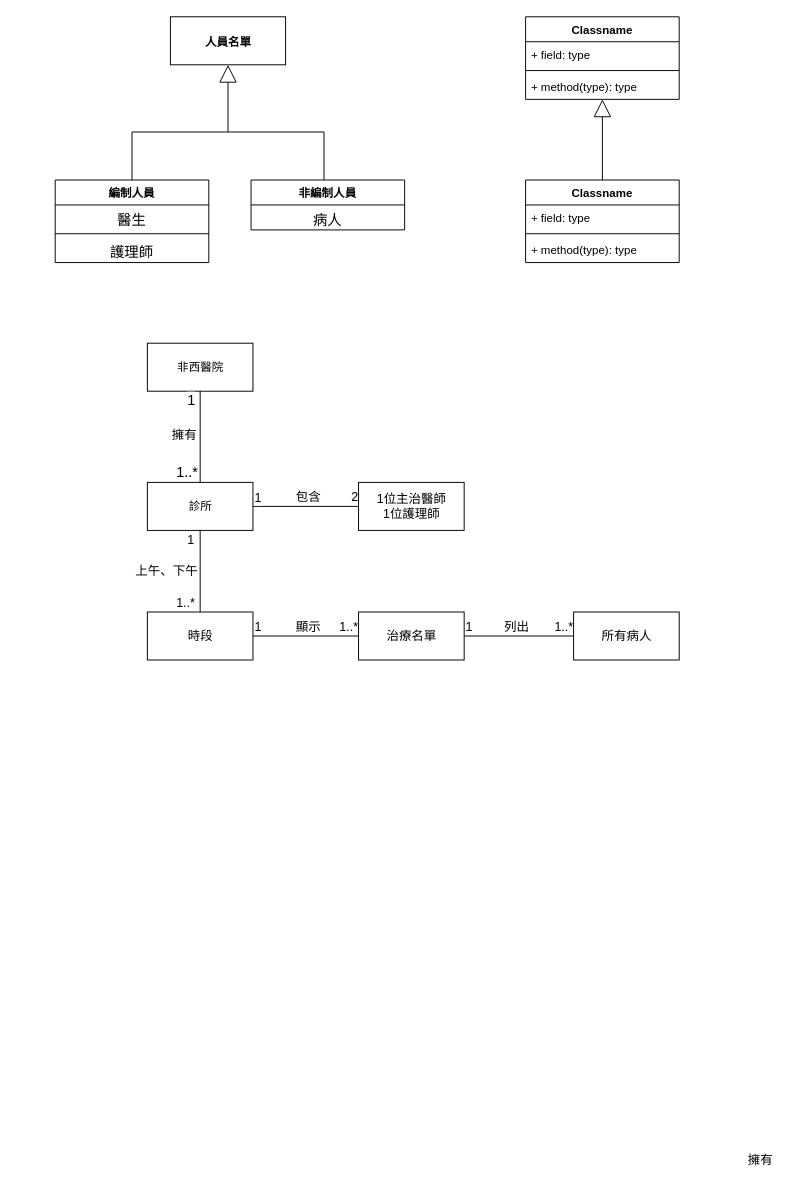
Above: Clinic.drawio in 109111114/110-2HW2 (draw.io), before the change. Source tidied: cells renumbered, new cells numbered last; positions are measured from the earlier drawing's top-left corner, leaving out a move shared by most shapes. Both pictures are drawn from the tidied source at 96%, with x=0, y=0 at pixel (55, 16).
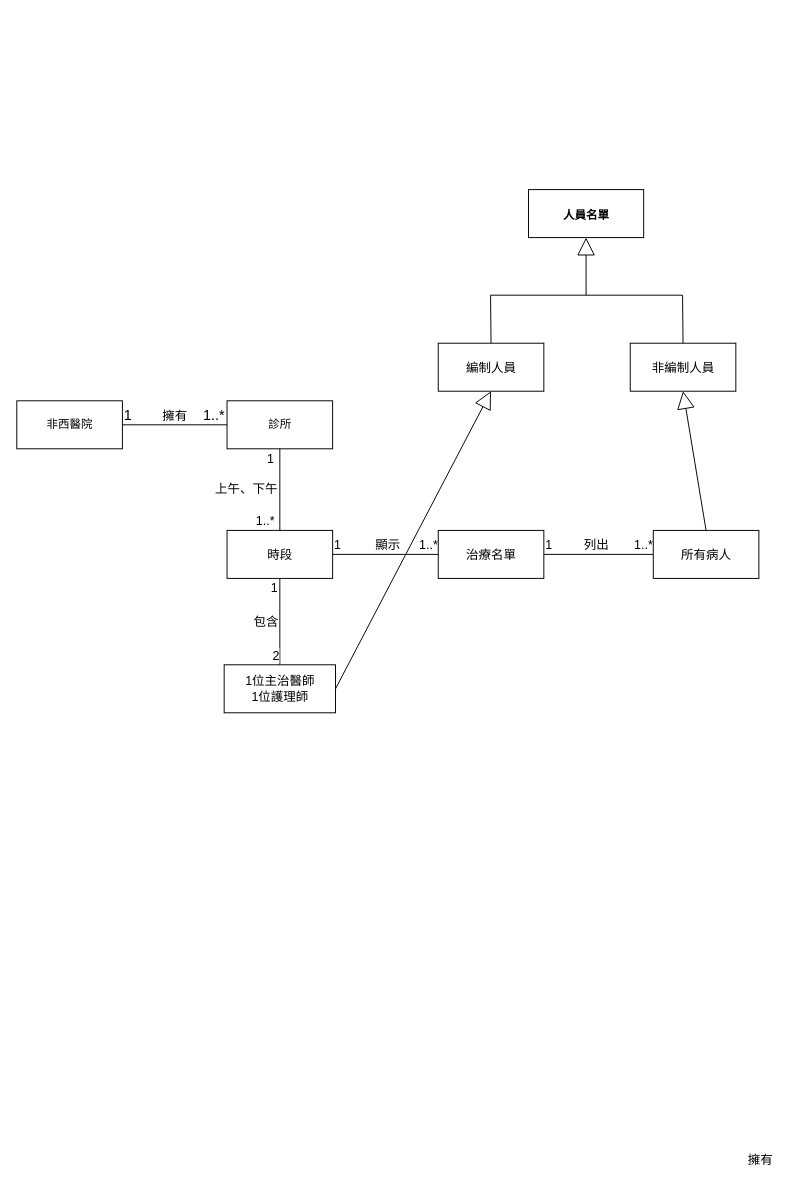
After the change.

Commit message:
第一次修改

Diff of the diagram source:
```diff
@@
-    <mxCell id="2" value="Classname" style="swimlane;fontStyle=1;align=center;verticalAlign=top;horizontal=1;startSize=26;" parent="1" vertex="1">
-      <mxGeometry x="490" width="160" height="86" as="geometry" />
-    </mxCell>
-    <mxCell id="3" value="+ field: type" style="text;strokeColor=none;fillColor=none;align=left;verticalAlign=top;spacingLeft=4;spacingRight=4;overflow=hidden;" parent="2" vertex="1">
-      <mxGeometry y="26" width="160" height="26" as="geometry" />
-    </mxCell>
-    <mxCell id="4" style="line;strokeWidth=1;fillColor=none;align=left;verticalAlign=middle;spacingTop=-1;spacingLeft=3;spacingRight=3;labelPosition=right;" parent="2" vertex="1">
-      <mxGeometry y="52" width="160" height="8" as="geometry" />
-    </mxCell>
-    <mxCell id="5" value="+ method(type): type" style="text;strokeColor=none;fillColor=none;align=left;verticalAlign=top;spacingLeft=4;spacingRight=4;overflow=hidden;points=[[0,0.5],[1,0.5]];portConstraint=eastwest;" parent="2" vertex="1">
-      <mxGeometry y="60" width="160" height="26" as="geometry" />
-    </mxCell>
-    <mxCell id="6" value="Classname" style="swimlane;fontStyle=1;align=center;verticalAlign=top;horizontal=1;startSize=26;" parent="1" vertex="1">
-      <mxGeometry x="490" y="170" width="160" height="86" as="geometry" />
-    </mxCell>
-    <mxCell id="7" value="+ field: type" style="text;strokeColor=none;fillColor=none;align=left;verticalAlign=top;spacingLeft=4;spacingRight=4;overflow=hidden;" parent="6" vertex="1">
-      <mxGeometry y="26" width="160" height="26" as="geometry" />
-    </mxCell>
-    <mxCell id="8" style="line;strokeWidth=1;fillColor=none;align=left;verticalAlign=middle;spacingTop=-1;spacingLeft=3;spacingRight=3;labelPosition=right;" parent="6" vertex="1">
-      <mxGeometry y="52" width="160" height="8" as="geometry" />
-    </mxCell>
-    <mxCell id="9" value="+ method(type): type" style="text;strokeColor=none;fillColor=none;align=left;verticalAlign=top;spacingLeft=4;spacingRight=4;overflow=hidden;" parent="6" vertex="1">
-      <mxGeometry y="60" width="160" height="26" as="geometry" />
-    </mxCell>
-    <mxCell id="10" style="endArrow=block;endSize=16;endFill=0;html=1;rounded=0;exitX=0.5;exitY=0;exitDx=0;exitDy=0;" parent="1" edge="1" source="6" target="5">
-      <mxGeometry relative="1" as="geometry" />
-    </mxCell>
-    <mxCell id="11" value="編制人員" style="swimlane;fontStyle=1;align=center;verticalAlign=top;horizontal=1;startSize=26;" parent="1" vertex="1">
-      <mxGeometry y="170" width="160" height="86" as="geometry" />
-    </mxCell>
-    <mxCell id="12" value="醫生" style="text;strokeColor=none;fillColor=none;align=center;verticalAlign=top;spacingLeft=4;spacingRight=4;overflow=hidden;fontSize=15;" parent="11" vertex="1">
-      <mxGeometry y="26" width="160" height="26" as="geometry" />
-    </mxCell>
-    <mxCell id="13" style="line;strokeWidth=1;fillColor=none;align=left;verticalAlign=middle;spacingTop=-1;spacingLeft=3;spacingRight=3;labelPosition=right;" parent="11" vertex="1">
-      <mxGeometry y="52" width="160" height="8" as="geometry" />
-    </mxCell>
-    <mxCell id="14" value="護理師" style="text;strokeColor=none;fillColor=none;align=center;verticalAlign=top;spacingLeft=4;spacingRight=4;overflow=hidden;fontSize=15;" parent="11" vertex="1">
-      <mxGeometry y="60" width="160" height="26" as="geometry" />
-    </mxCell>
     <mxCell id="15" style="endArrow=none;html=1;rounded=0;exitX=0.5;exitY=0;exitDx=0;exitDy=0;" parent="1" edge="1" source="11">
       <mxGeometry relative="1" as="geometry">
-        <mxPoint x="80" y="120" as="targetPoint" />
+        <mxPoint x="453.5" y="290" as="targetPoint" />
       </mxGeometry>
     </mxCell>
     <mxCell id="16" style="endArrow=block;endSize=16;endFill=0;html=1;rounded=0;entryX=0.5;entryY=1;entryDx=0;entryDy=0;" parent="1" edge="1" target="22">
       <mxGeometry relative="1" as="geometry">
-        <mxPoint x="180" y="120" as="sourcePoint" />
+        <mxPoint x="553" y="290" as="sourcePoint" />
       </mxGeometry>
     </mxCell>
     <mxCell id="17" style="endArrow=none;html=1;rounded=0;" parent="1" edge="1">
       <mxGeometry relative="1" as="geometry">
-        <mxPoint x="80" y="120" as="sourcePoint" />
-        <mxPoint x="280" y="120" as="targetPoint" />
+        <mxPoint x="453.5" y="290" as="sourcePoint" />
+        <mxPoint x="653.5" y="290" as="targetPoint" />
       </mxGeometry>
     </mxCell>
     <mxCell id="18" value="非西醫院" style="html=1;" parent="1" vertex="1">
-      <mxGeometry x="96" y="340" width="110" height="50" as="geometry" />
+      <mxGeometry x="-40" y="400" width="110" height="50" as="geometry" />
     </mxCell>
-    <mxCell id="19" style="endArrow=none;html=1;rounded=0;exitX=0.5;exitY=0;exitDx=0;exitDy=0;" parent="1" edge="1">
+    <mxCell id="19" style="endArrow=none;html=1;rounded=0;exitX=0.5;exitY=0;exitDx=0;exitDy=0;" parent="1" edge="1" source="20">
       <mxGeometry relative="1" as="geometry">
-        <mxPoint x="280" y="170" as="sourcePoint" />
-        <mxPoint x="280" y="120" as="targetPoint" />
+        <mxPoint x="653.5" y="290" as="targetPoint" />
       </mxGeometry>
     </mxCell>
-    <mxCell id="20" value="非編制人員" style="swimlane;fontStyle=1;horizontal=1;startSize=26;fillColor=none;rounded=0;fontSize=12;" parent="1" vertex="1">
-      <mxGeometry x="204" y="170" width="160" height="52" as="geometry" />
-    </mxCell>
-    <mxCell id="21" value="病人" style="text;strokeColor=none;fillColor=none;align=center;verticalAlign=top;spacingLeft=4;spacingRight=4;overflow=hidden;rounded=0;fontSize=15;" parent="20" vertex="1">
-      <mxGeometry y="26" width="160" height="26" as="geometry" />
-    </mxCell>
     <mxCell id="22" value="&lt;span style=&quot;font-size: 12px ; font-weight: 700&quot;&gt;人員名單&lt;/span&gt;" style="html=1;rounded=0;fontSize=15;" parent="1" vertex="1">
-      <mxGeometry x="120" width="120" height="50" as="geometry" />
+      <mxGeometry x="493" y="180" width="120" height="50" as="geometry" />
     </mxCell>
-    <mxCell id="23" style="endArrow=none;html=1;edgeStyle=orthogonalEdgeStyle;rounded=0;fontSize=15;exitX=0.5;exitY=1;exitDx=0;exitDy=0;entryX=0.5;entryY=0;entryDx=0;entryDy=0;" parent="1" edge="1" source="18" target="26">
+    <mxCell id="23" style="endArrow=none;html=1;edgeStyle=orthogonalEdgeStyle;rounded=0;fontSize=15;entryX=0;entryY=0.5;entryDx=0;entryDy=0;exitX=1;exitY=0.5;exitDx=0;exitDy=0;" parent="1" edge="1" source="18" target="26">
       <mxGeometry relative="1" as="geometry" />
     </mxCell>
     <mxCell id="24" value="1" style="edgeLabel;html=1;align=left;verticalAlign=bottom;rounded=0;fontSize=15;" parent="23" vertex="1">
-      <mxGeometry x="-1" relative="1" as="geometry">
-        <mxPoint x="-15" y="20" as="offset" />
-      </mxGeometry>
+      <mxGeometry x="-1" relative="1" as="geometry" />
     </mxCell>
@@
     <mxCell id="26" value="診所" style="html=1;" parent="1" vertex="1">
-      <mxGeometry x="96" y="485" width="110" height="50" as="geometry" />
+      <mxGeometry x="179" y="400" width="110" height="50" as="geometry" />
     </mxCell>
@@
-    <mxCell id="28" style="endArrow=none;html=1;edgeStyle=orthogonalEdgeStyle;rounded=0;fontSize=13;exitX=1;exitY=0.5;exitDx=0;exitDy=0;entryX=0;entryY=0.5;entryDx=0;entryDy=0;" parent="1" edge="1" source="26" target="31">
+    <mxCell id="28" style="endArrow=none;html=1;edgeStyle=orthogonalEdgeStyle;rounded=0;fontSize=13;entryX=0.5;entryY=0;entryDx=0;entryDy=0;exitX=0.5;exitY=1;exitDx=0;exitDy=0;" parent="1" edge="1" source="35" target="31">
       <mxGeometry relative="1" as="geometry" />
     </mxCell>
     <mxCell id="29" value="1" style="edgeLabel;html=1;align=left;verticalAlign=bottom;rounded=0;fontSize=13;" parent="28" vertex="1">
       <mxGeometry x="-1" relative="1" as="geometry">
-        <mxPoint y="1" as="offset" />
+        <mxPoint x="-11" y="20" as="offset" />
       </mxGeometry>
     </mxCell>
@@
     <mxCell id="31" value="1位主治醫師&lt;br&gt;1位護理師" style="html=1;rounded=0;fontSize=13;" parent="1" vertex="1">
-      <mxGeometry x="316" y="485" width="110" height="50" as="geometry" />
+      <mxGeometry x="176" y="675" width="116" height="50" as="geometry" />
     </mxCell>
@@
     <mxCell id="35" value="時段" style="html=1;rounded=0;fontSize=13;" parent="1" vertex="1">
-      <mxGeometry x="96" y="620" width="110" height="50" as="geometry" />
+      <mxGeometry x="179" y="535" width="110" height="50" as="geometry" />
     </mxCell>
     <mxCell id="36" value="包含" style="edgeLabel;html=1;align=left;verticalAlign=bottom;rounded=0;fontSize=13;" parent="1" vertex="1">
-      <mxGeometry x="249" y="510" as="geometry" />
+      <mxGeometry x="205" y="640" as="geometry" />
     </mxCell>
     <mxCell id="37" value="上午、下午" style="edgeLabel;html=1;align=right;verticalAlign=bottom;rounded=0;fontSize=13;" parent="1" vertex="1">
-      <mxGeometry x="149" y="587" as="geometry" />
+      <mxGeometry x="232" y="502" as="geometry" />
     </mxCell>
@@
     <mxCell id="41" value="治療名單" style="html=1;rounded=0;fontSize=13;" parent="1" vertex="1">
-      <mxGeometry x="316" y="620" width="110" height="50" as="geometry" />
+      <mxGeometry x="399" y="535" width="110" height="50" as="geometry" />
     </mxCell>
     <mxCell id="42" value="顯示" style="edgeLabel;html=1;align=left;verticalAlign=bottom;rounded=0;fontSize=13;" parent="1" vertex="1">
-      <mxGeometry x="249" y="645" as="geometry" />
+      <mxGeometry x="332" y="560" as="geometry" />
     </mxCell>
@@
     <mxCell id="46" value="所有病人" style="html=1;rounded=0;fontSize=13;" parent="1" vertex="1">
-      <mxGeometry x="540" y="620" width="110" height="50" as="geometry" />
+      <mxGeometry x="623" y="535" width="110" height="50" as="geometry" />
     </mxCell>
     <mxCell id="47" value="列出" style="edgeLabel;html=1;align=left;verticalAlign=bottom;rounded=0;fontSize=13;" parent="1" vertex="1">
-      <mxGeometry x="466" y="645" as="geometry" />
+      <mxGeometry x="549" y="560" as="geometry" />
     </mxCell>
     <mxCell id="48" value="擁有" style="edgeLabel;html=1;align=left;verticalAlign=bottom;rounded=0;fontSize=13;" parent="1" vertex="1">
-      <mxGeometry x="120" y="445" as="geometry" />
+      <mxGeometry x="110" y="425" as="geometry" />
     </mxCell>
+    <mxCell id="11" value="編制人員" style="html=1;rounded=0;fontSize=13;" parent="1" vertex="1">
+      <mxGeometry x="399" y="340" width="110" height="50" as="geometry" />
+    </mxCell>
+    <mxCell id="20" value="非編制人員" style="html=1;rounded=0;fontSize=13;" parent="1" vertex="1">
+      <mxGeometry x="599" y="340" width="110" height="50" as="geometry" />
+    </mxCell>
+    <mxCell id="49" style="endArrow=block;endSize=16;endFill=0;html=1;rounded=0;fontSize=13;entryX=0.5;entryY=1;entryDx=0;entryDy=0;exitX=1;exitY=0.5;exitDx=0;exitDy=0;" parent="1" edge="1" source="31" target="11">
+      <mxGeometry relative="1" as="geometry" />
+    </mxCell>
+    <mxCell id="50" style="endArrow=block;endSize=16;endFill=0;html=1;rounded=0;fontSize=13;entryX=0.5;entryY=1;entryDx=0;entryDy=0;exitX=0.5;exitY=0;exitDx=0;exitDy=0;" parent="1" edge="1" source="46" target="20">
+      <mxGeometry relative="1" as="geometry" />
+    </mxCell>
```
